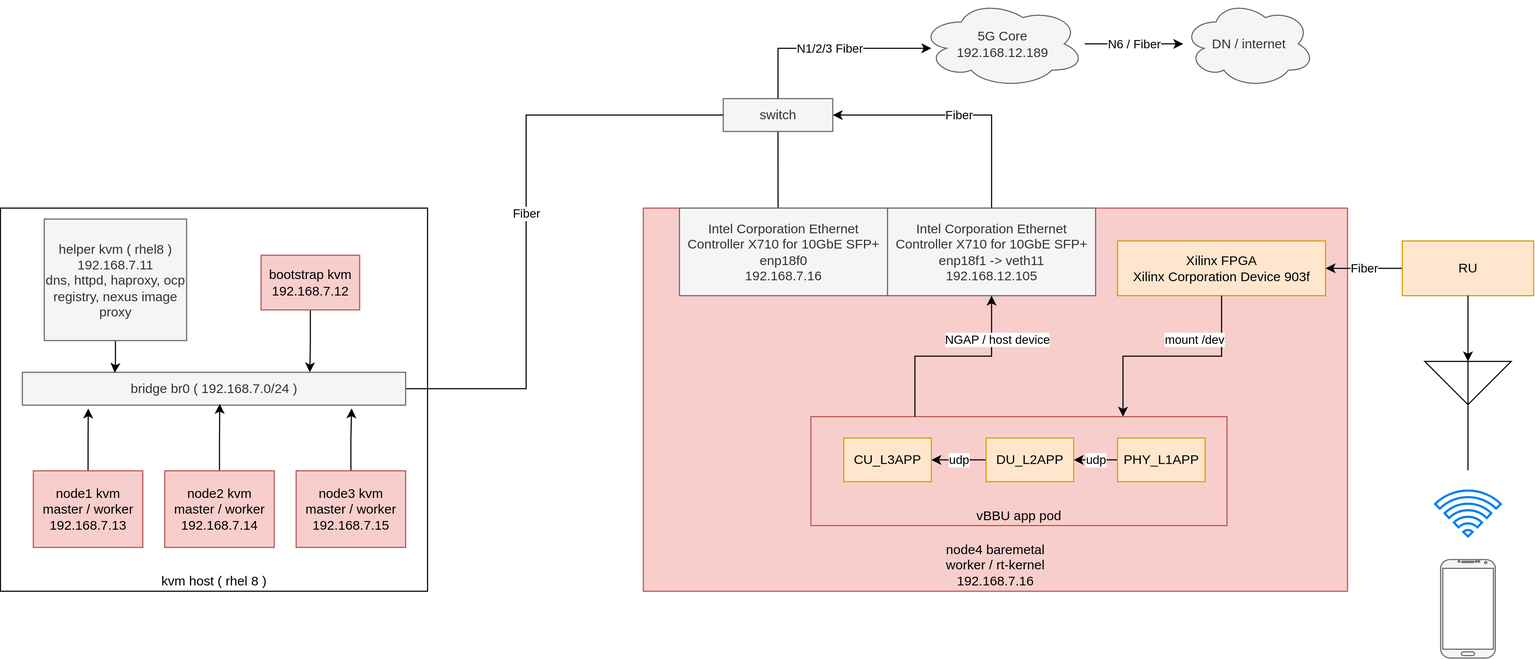
Above: redhat/ocp4/4.7/dia/4.7.real-time.kernel.drawio.svg in wangzheng422/docker_env (draw.io), before the change. Source tidied: cells renumbered, new cells last; positions are measured from the earlier drawing's top-left corner, leaving out a move shared by most shapes. Source of this version:
```xml
<mxGraphModel>
  <root>
    <mxCell id="0" />
    <mxCell id="1" parent="0" />
    <mxCell id="2" value="kvm host ( rhel 8 )" style="rounded=0;whiteSpace=wrap;html=1;verticalAlign=bottom;" parent="1" vertex="1">
      <mxGeometry y="190" width="390" height="350" as="geometry" />
    </mxCell>
    <mxCell id="3" value="node4 baremetal&lt;br&gt;worker / rt-kernel&lt;br&gt;192.168.7.16" style="rounded=0;whiteSpace=wrap;html=1;verticalAlign=bottom;fillColor=#f8cecc;strokeColor=#b85450;" parent="1" vertex="1">
      <mxGeometry x="587" y="190" width="643" height="350" as="geometry" />
    </mxCell>
    <mxCell id="4" value="vBBU app pod" style="rounded=0;whiteSpace=wrap;html=1;verticalAlign=bottom;fillColor=#f8cecc;strokeColor=#b85450;" parent="1" vertex="1">
      <mxGeometry x="740" y="380.5" width="380" height="99.5" as="geometry" />
    </mxCell>
    <mxCell id="5" value="N6 / Fiber" style="edgeStyle=orthogonalEdgeStyle;rounded=0;jettySize=auto;html=1;" parent="1" edge="1" source="6" target="22">
      <mxGeometry relative="1" as="geometry" />
    </mxCell>
    <mxCell id="6" value="5G Core&lt;br&gt;192.168.12.189" style="ellipse;shape=cloud;whiteSpace=wrap;html=1;fillColor=#f5f5f5;strokeColor=#666666;fontColor=#333333;" parent="1" vertex="1">
      <mxGeometry x="840" width="150" height="80" as="geometry" />
    </mxCell>
    <mxCell id="7" value="Fiber" style="edgeStyle=orthogonalEdgeStyle;rounded=0;jettySize=auto;html=1;entryX=1;entryY=0.5;entryDx=0;entryDy=0;exitX=0.5;exitY=0;exitDx=0;exitDy=0;" parent="1" edge="1" source="26" target="10">
      <mxGeometry relative="1" as="geometry" />
    </mxCell>
    <mxCell id="8" style="edgeStyle=orthogonalEdgeStyle;rounded=0;jettySize=auto;html=1;entryX=0.474;entryY=0;entryDx=0;entryDy=0;entryPerimeter=0;endArrow=none;endFill=0;" parent="1" edge="1" source="10" target="25">
      <mxGeometry relative="1" as="geometry" />
    </mxCell>
    <mxCell id="9" value="N1/2/3 Fiber" style="edgeStyle=orthogonalEdgeStyle;rounded=0;jettySize=auto;html=1;endArrow=classic;endFill=1;" parent="1" edge="1" source="10">
      <mxGeometry relative="1" as="geometry">
        <mxPoint x="850" y="44" as="targetPoint" />
        <Array as="points">
          <mxPoint x="710" y="44" />
        </Array>
      </mxGeometry>
    </mxCell>
    <mxCell id="10" value="switch" style="rounded=0;whiteSpace=wrap;html=1;fillColor=#f5f5f5;strokeColor=#666666;fontColor=#333333;" parent="1" vertex="1">
      <mxGeometry x="660" y="90" width="100" height="30" as="geometry" />
    </mxCell>
    <mxCell id="11" value="Untitled Layer" parent="0" />
    <mxCell id="12" value="Fiber" style="edgeStyle=orthogonalEdgeStyle;rounded=0;jettySize=auto;html=1;endArrow=none;endFill=0;entryX=0;entryY=0.5;entryDx=0;entryDy=0;" parent="11" edge="1" source="13" target="10">
      <mxGeometry relative="1" as="geometry">
        <Array as="points">
          <mxPoint x="480" y="355" />
          <mxPoint x="480" y="105" />
        </Array>
      </mxGeometry>
    </mxCell>
    <mxCell id="13" value="bridge br0 ( 192.168.7.0/24 )" style="rounded=0;whiteSpace=wrap;html=1;fillColor=#f5f5f5;strokeColor=#666666;fontColor=#333333;" parent="11" vertex="1">
      <mxGeometry x="20" y="340" width="350" height="30" as="geometry" />
    </mxCell>
    <mxCell id="14" style="edgeStyle=orthogonalEdgeStyle;rounded=0;jettySize=auto;html=1;entryX=0.241;entryY=0.017;entryDx=0;entryDy=0;entryPerimeter=0;" parent="11" edge="1" source="15" target="13">
      <mxGeometry relative="1" as="geometry" />
    </mxCell>
    <mxCell id="15" value="helper kvm ( rhel8 )&lt;br&gt;192.168.7.11&lt;br&gt;dns, httpd, haproxy, ocp registry, nexus image proxy" style="rounded=0;whiteSpace=wrap;html=1;fillColor=#f5f5f5;strokeColor=#666666;fontColor=#333333;" parent="11" vertex="1">
      <mxGeometry x="40" y="200" width="130" height="111" as="geometry" />
    </mxCell>
    <mxCell id="16" style="edgeStyle=orthogonalEdgeStyle;rounded=0;jettySize=auto;html=1;entryX=0.75;entryY=0;entryDx=0;entryDy=0;" parent="11" edge="1" source="17" target="13">
      <mxGeometry relative="1" as="geometry" />
    </mxCell>
    <mxCell id="17" value="bootstrap kvm&lt;br&gt;192.168.7.12" style="rounded=0;whiteSpace=wrap;html=1;fillColor=#f8cecc;strokeColor=#b85450;" parent="11" vertex="1">
      <mxGeometry x="238" y="233" width="90" height="50" as="geometry" />
    </mxCell>
    <mxCell id="18" style="edgeStyle=orthogonalEdgeStyle;rounded=0;jettySize=auto;html=1;entryX=0.172;entryY=1.103;entryDx=0;entryDy=0;entryPerimeter=0;" parent="11" edge="1" source="19" target="13">
      <mxGeometry relative="1" as="geometry" />
    </mxCell>
    <mxCell id="19" value="node1 kvm&lt;br&gt;master / worker&lt;br&gt;192.168.7.13" style="rounded=0;whiteSpace=wrap;html=1;fillColor=#f8cecc;strokeColor=#b85450;" parent="11" vertex="1">
      <mxGeometry x="30" y="430" width="100" height="70" as="geometry" />
    </mxCell>
    <mxCell id="20" style="edgeStyle=orthogonalEdgeStyle;rounded=0;jettySize=auto;html=1;entryX=0.515;entryY=0.962;entryDx=0;entryDy=0;entryPerimeter=0;" parent="11" edge="1" source="21" target="13">
      <mxGeometry relative="1" as="geometry" />
    </mxCell>
    <mxCell id="21" value="node2 kvm&lt;br&gt;master / worker&lt;br&gt;192.168.7.14" style="rounded=0;whiteSpace=wrap;html=1;fillColor=#f8cecc;strokeColor=#b85450;" parent="11" vertex="1">
      <mxGeometry x="150" y="430" width="100" height="70" as="geometry" />
    </mxCell>
    <mxCell id="22" value="DN / internet" style="ellipse;shape=cloud;whiteSpace=wrap;html=1;fillColor=#f5f5f5;strokeColor=#666666;fontColor=#333333;" parent="11" vertex="1">
      <mxGeometry x="1080" width="120" height="80" as="geometry" />
    </mxCell>
    <mxCell id="23" style="edgeStyle=orthogonalEdgeStyle;rounded=0;jettySize=auto;html=1;entryX=0.859;entryY=1.1;entryDx=0;entryDy=0;entryPerimeter=0;" parent="11" edge="1" source="24" target="13">
      <mxGeometry relative="1" as="geometry" />
    </mxCell>
    <mxCell id="24" value="node3 kvm&lt;br&gt;master / worker&lt;br&gt;192.168.7.15" style="rounded=0;whiteSpace=wrap;html=1;fillColor=#f8cecc;strokeColor=#b85450;" parent="11" vertex="1">
      <mxGeometry x="270" y="430" width="100" height="70" as="geometry" />
    </mxCell>
    <mxCell id="25" value="Intel Corporation Ethernet Controller X710 for 10GbE SFP+&amp;nbsp;&lt;br&gt;&amp;nbsp; enp18f0&lt;br&gt;192.168.7.16" style="rounded=0;whiteSpace=wrap;html=1;fillColor=#f5f5f5;strokeColor=#666666;fontColor=#333333;" parent="11" vertex="1">
      <mxGeometry x="620" y="190" width="190" height="80" as="geometry" />
    </mxCell>
    <mxCell id="26" value="Intel Corporation Ethernet Controller X710 for 10GbE SFP+&amp;nbsp;&lt;br&gt;enp18f1 -&amp;gt; veth11&lt;br&gt;192.168.12.105" style="rounded=0;whiteSpace=wrap;html=1;fillColor=#f5f5f5;strokeColor=#666666;fontColor=#333333;" parent="11" vertex="1">
      <mxGeometry x="810" y="190" width="190" height="80" as="geometry" />
    </mxCell>
    <mxCell id="27" value="Xilinx FPGA&lt;br&gt;Xilinx Corporation Device 903f" style="rounded=0;whiteSpace=wrap;html=1;fillColor=#ffe6cc;strokeColor=#d79b00;" parent="11" vertex="1">
      <mxGeometry x="1020" y="220" width="190" height="50" as="geometry" />
    </mxCell>
    <mxCell id="28" value="NGAP / host device" style="edgeStyle=orthogonalEdgeStyle;rounded=0;jettySize=auto;html=1;entryX=0.5;entryY=1;entryDx=0;entryDy=0;exitX=0.25;exitY=0;exitDx=0;exitDy=0;" parent="11" edge="1" source="4" target="26">
      <mxGeometry x="0.56" y="-5" relative="1" as="geometry" />
    </mxCell>
    <mxCell id="29" value="mount /dev" style="edgeStyle=orthogonalEdgeStyle;rounded=0;jettySize=auto;html=1;exitX=0.5;exitY=1;exitDx=0;exitDy=0;entryX=0.75;entryY=0;entryDx=0;entryDy=0;" parent="11" edge="1" source="27" target="4">
      <mxGeometry x="-0.2" y="-15" relative="1" as="geometry" />
    </mxCell>
    <mxCell id="30" value="udp" style="edgeStyle=orthogonalEdgeStyle;rounded=0;jettySize=auto;html=1;entryX=1;entryY=0.5;entryDx=0;entryDy=0;exitX=0;exitY=0.5;exitDx=0;exitDy=0;" parent="11" edge="1" source="31" target="33">
      <mxGeometry relative="1" as="geometry">
        <Array as="points">
          <mxPoint x="990" y="420" />
          <mxPoint x="990" y="420" />
        </Array>
      </mxGeometry>
    </mxCell>
    <mxCell id="31" value="PHY_L1APP" style="rounded=0;whiteSpace=wrap;html=1;verticalAlign=middle;fillColor=#ffe6cc;strokeColor=#d79b00;" parent="11" vertex="1">
      <mxGeometry x="1020" y="400" width="80" height="40" as="geometry" />
    </mxCell>
    <mxCell id="32" value="udp" style="edgeStyle=orthogonalEdgeStyle;rounded=0;jettySize=auto;html=1;entryX=1;entryY=0.5;entryDx=0;entryDy=0;exitX=0;exitY=0.5;exitDx=0;exitDy=0;" parent="11" edge="1" source="33" target="40">
      <mxGeometry relative="1" as="geometry">
        <Array as="points">
          <mxPoint x="870" y="420" />
          <mxPoint x="870" y="420" />
        </Array>
      </mxGeometry>
    </mxCell>
    <mxCell id="33" value="DU_L2APP" style="rounded=0;whiteSpace=wrap;html=1;verticalAlign=middle;fillColor=#ffe6cc;strokeColor=#d79b00;" parent="11" vertex="1">
      <mxGeometry x="900" y="400" width="80" height="40" as="geometry" />
    </mxCell>
    <mxCell id="34" style="verticalLabelPosition=bottom;verticalAlign=top;html=1;shadow=0;dashed=0;strokeWidth=1;shape=mxgraph.android.phone2;strokeColor=#666666;fillColor=#f5f5f5;fontColor=#333333;" parent="11" vertex="1">
      <mxGeometry x="1315" y="511" width="50" height="90" as="geometry" />
    </mxCell>
    <mxCell id="35" value="Fiber" style="edgeStyle=orthogonalEdgeStyle;rounded=0;jettySize=auto;html=1;entryX=1;entryY=0.5;entryDx=0;entryDy=0;" parent="11" edge="1" source="36" target="27">
      <mxGeometry relative="1" as="geometry" />
    </mxCell>
    <mxCell id="36" value="RU" style="rounded=0;whiteSpace=wrap;html=1;fillColor=#ffe6cc;strokeColor=#d79b00;" parent="11" vertex="1">
      <mxGeometry x="1280" y="220" width="120" height="50" as="geometry" />
    </mxCell>
    <mxCell id="37" style="edgeStyle=orthogonalEdgeStyle;rounded=0;jettySize=auto;html=1;" parent="11" edge="1" source="36">
      <mxGeometry relative="1" as="geometry">
        <mxPoint x="1340" y="330" as="targetPoint" />
      </mxGeometry>
    </mxCell>
    <mxCell id="38" style="verticalLabelPosition=bottom;shadow=0;dashed=0;align=center;html=1;verticalAlign=top;shape=mxgraph.electrical.radio.aerial_-_antenna_2;" parent="11" vertex="1">
      <mxGeometry x="1300.5" y="329.5" width="79" height="100" as="geometry" />
    </mxCell>
    <mxCell id="39" style="html=1;verticalLabelPosition=bottom;align=center;labelBackgroundColor=#ffffff;verticalAlign=top;strokeWidth=2;strokeColor=#0080F0;shadow=0;dashed=0;shape=mxgraph.ios7.icons.wifi;" parent="11" vertex="1">
      <mxGeometry x="1310" y="448" width="60" height="42" as="geometry" />
    </mxCell>
    <mxCell id="40" value="CU_L3APP" style="rounded=0;whiteSpace=wrap;html=1;verticalAlign=middle;fillColor=#ffe6cc;strokeColor=#d79b00;" parent="11" vertex="1">
      <mxGeometry x="770" y="400" width="80" height="40" as="geometry" />
    </mxCell>
  </root>
</mxGraphModel>
```
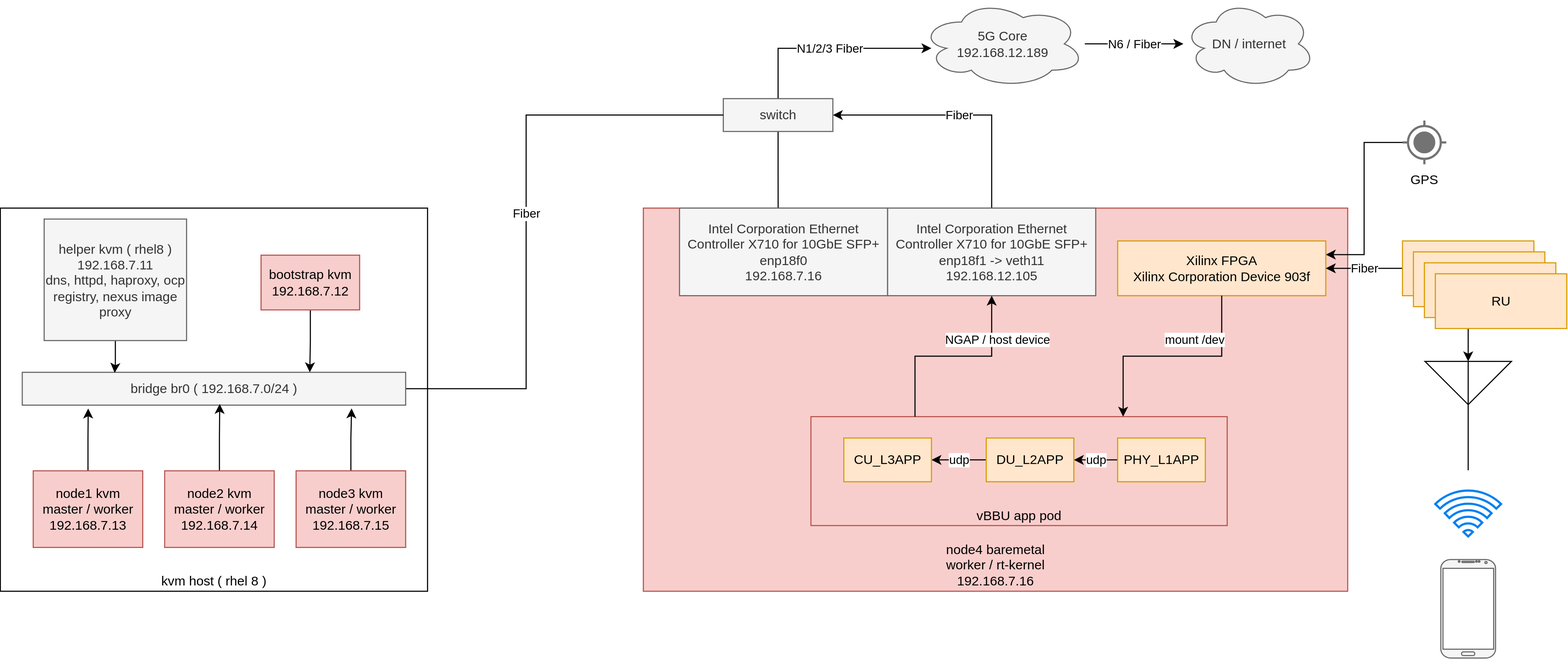
After the change.

What changed in the source:
```diff
@@ -34,6 +34,12 @@
     <mxCell id="10" value="switch" style="rounded=0;whiteSpace=wrap;html=1;fillColor=#f5f5f5;strokeColor=#666666;fontColor=#333333;" parent="1" vertex="1">
       <mxGeometry x="660" y="90" width="100" height="30" as="geometry" />
     </mxCell>
+    <mxCell id="41" style="edgeStyle=orthogonalEdgeStyle;rounded=0;jettySize=auto;html=1;entryX=1;entryY=0.25;entryDx=0;entryDy=0;" parent="1" edge="1" source="42" target="27">
+      <mxGeometry relative="1" as="geometry" />
+    </mxCell>
+    <mxCell id="42" value="GPS" style="dashed=0;verticalLabelPosition=bottom;verticalAlign=top;align=center;shape=mxgraph.gmdl.gps;strokeColor=#737373;fillColor=#737373;shadow=0;strokeWidth=2;" parent="1" vertex="1">
+      <mxGeometry x="1280" y="110" width="40" height="40" as="geometry" />
+    </mxCell>
     <mxCell id="11" value="Untitled Layer" parent="0" />
     <mxCell id="12" value="Fiber" style="edgeStyle=orthogonalEdgeStyle;rounded=0;jettySize=auto;html=1;endArrow=none;endFill=0;entryX=0;entryY=0.5;entryDx=0;entryDy=0;" parent="11" edge="1" source="13" target="10">
       <mxGeometry relative="1" as="geometry">
@@ -139,5 +145,14 @@
     <mxCell id="40" value="CU_L3APP" style="rounded=0;whiteSpace=wrap;html=1;verticalAlign=middle;fillColor=#ffe6cc;strokeColor=#d79b00;" parent="11" vertex="1">
       <mxGeometry x="770" y="400" width="80" height="40" as="geometry" />
     </mxCell>
+    <mxCell id="43" value="RU" style="rounded=0;whiteSpace=wrap;html=1;fillColor=#ffe6cc;strokeColor=#d79b00;" parent="11" vertex="1">
+      <mxGeometry x="1290" y="230" width="120" height="50" as="geometry" />
+    </mxCell>
+    <mxCell id="44" value="RU" style="rounded=0;whiteSpace=wrap;html=1;fillColor=#ffe6cc;strokeColor=#d79b00;" parent="11" vertex="1">
+      <mxGeometry x="1300" y="240" width="120" height="50" as="geometry" />
+    </mxCell>
+    <mxCell id="45" value="RU" style="rounded=0;whiteSpace=wrap;html=1;fillColor=#ffe6cc;strokeColor=#d79b00;" parent="11" vertex="1">
+      <mxGeometry x="1310" y="250" width="120" height="50" as="geometry" />
+    </mxCell>
   </root>
 </mxGraphModel>
```
